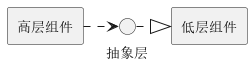
The PlantUML diagram resources/principles/uml/DependencyInversionPattern.png in kokasumi/design-pattern-notes, before a commit. The source it was exported from:
```plantuml
@startuml
skinparam componentStyle rectangle

interface 抽象层
[低层组件] <|..left.抽象层
抽象层 <..left. [高层组件]
@enduml
```
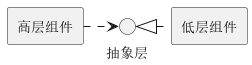
After the change.

The edit, as a diff of the source:
```diff
@@ -2,6 +2,6 @@
 skinparam componentStyle rectangle
 
 interface 抽象层
-[低层组件] <|..left.抽象层
+[低层组件] ..left.|> 抽象层
 抽象层 <..left. [高层组件]
 @enduml
```
